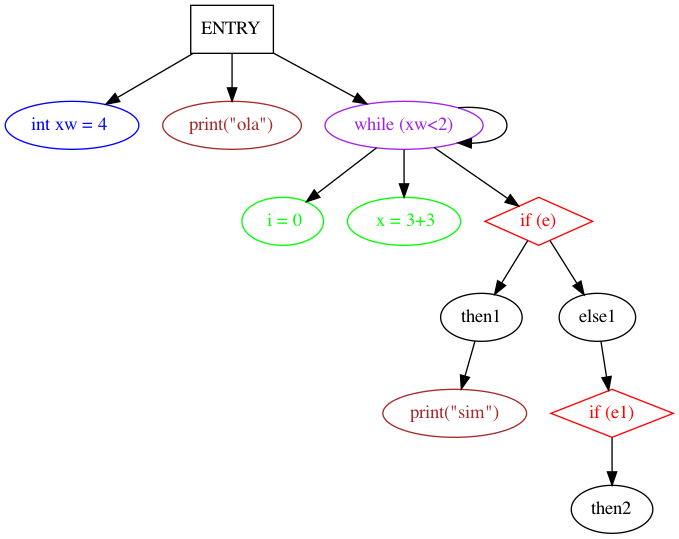
saracqueiros/EG22 keeps this Graphviz diagram as TP3/doctest-output/sdg.gv.png. Above is the earlier version. Its source is kept beside it as TP3/doctest-output/sdg.gv.
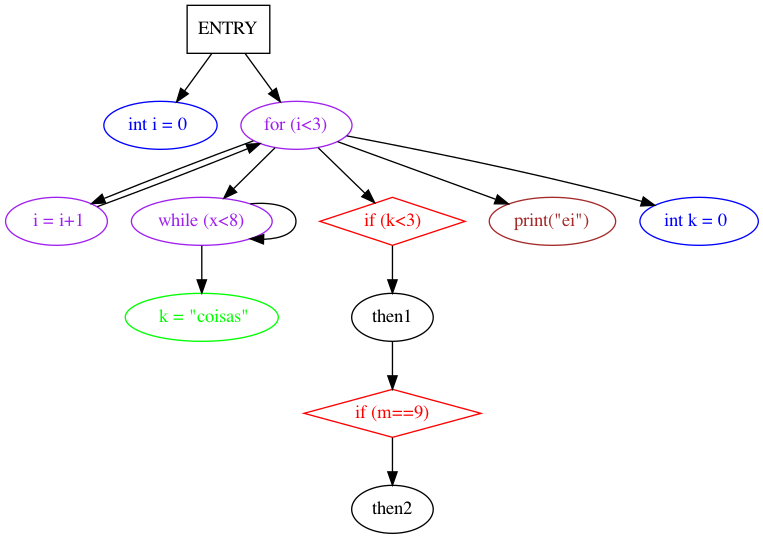
The same file after the commit.

Change to the diagram source:
```diff
@@ -1,25 +1,27 @@
 digraph sdg {
 	graph [rankdir=TB]
 	ENTRY [shape=box]
-	"int xw = 4 " [color=blue fontcolor=blue]
-	ENTRY -> "int xw = 4 "
-	"print(\"ola\")" [color=brown fontcolor=brown]
-	ENTRY -> "print(\"ola\")"
-	"while (xw<2)" [color=purple fontcolor=purple]
-	"while (xw<2)" -> "while (xw<2)"
-	ENTRY -> "while (xw<2)"
-	" i = 0" [color=green fontcolor=green]
-	"while (xw<2)" -> " i = 0"
-	" x = 3+3" [color=green fontcolor=green]
-	"while (xw<2)" -> " x = 3+3"
-	"if (e)" [color=red fontcolor=red shape=diamond]
-	"while (xw<2)" -> "if (e)"
-	"if (e)" -> then1
-	"print(\"sim\")" [color=brown fontcolor=brown]
-	then1 -> "print(\"sim\")"
-	else1
-	"if (e)" -> else1
-	"if (e1)" [color=red fontcolor=red shape=diamond]
-	else1 -> "if (e1)"
-	"if (e1)" -> then2
+	"int i = 0 " [color=blue fontcolor=blue]
+	ENTRY -> "int i = 0 "
+	"for (i<3)" [color=purple fontcolor=purple]
+	ENTRY -> "for (i<3)"
+	" i = i+1" [color=green fontcolor=green]
+	"for (i<3)" -> " i = i+1"
+	" i = i+1" [color=purple fontcolor=purple]
+	" i = i+1" -> "for (i<3)"
+	"while (x<8)" [color=purple fontcolor=purple]
+	"while (x<8)" -> "while (x<8)"
+	"for (i<3)" -> "while (x<8)"
+	" k = \"coisas\"" [color=green fontcolor=green]
+	"while (x<8)" -> " k = \"coisas\""
+	"if (k<3)" [color=red fontcolor=red shape=diamond]
+	"for (i<3)" -> "if (k<3)"
+	"if (k<3)" -> then1
+	"if (m==9)" [color=red fontcolor=red shape=diamond]
+	then1 -> "if (m==9)"
+	"if (m==9)" -> then2
+	"print(\"ei\")" [color=brown fontcolor=brown]
+	"for (i<3)" -> "print(\"ei\")"
+	"int k = 0 " [color=blue fontcolor=blue]
+	"for (i<3)" -> "int k = 0 "
 }
```
